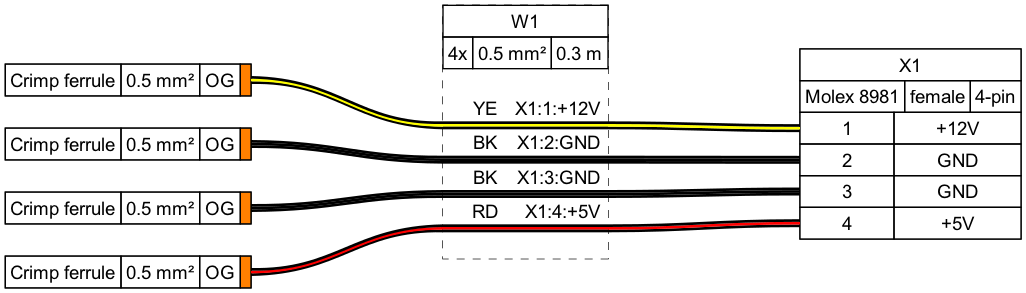
Earlier version of the Graphviz export tutorial/tutorial05.png (tobiasfalk/WireViz). Its source is kept beside it as tutorial/tutorial05.gv.
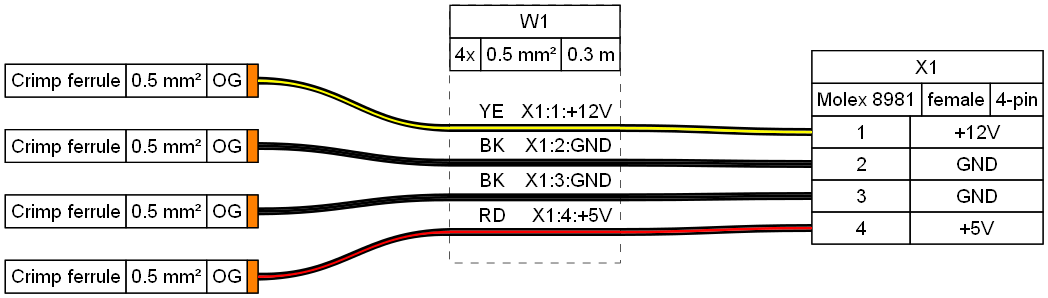
The same file after the commit.

Diff of the diagram source:
```diff
@@ -149,19 +149,7 @@
      <td align="right">X1:1:+12V </td>
     </tr>
     <tr>
-     <td border="0" cellspacing="0" cellpadding="0" colspan="6" height="6" port="w1">
-      <table border="0" cellborder="0" cellspacing="0">
-       <tr>
-        <td bgcolor="#000000" border="0" cellpadding="0" colspan="6" height="2"></td>
-       </tr>
-       <tr>
-        <td bgcolor="#FFFF00" border="0" cellpadding="0" colspan="6" height="2"></td>
-       </tr>
-       <tr>
-        <td bgcolor="#000000" border="0" cellpadding="0" colspan="6" height="2"></td>
-       </tr>
-      </table>
-     </td>
+     <td border="0" cellspacing="0" cellpadding="0" colspan="6" height="6" port="w1"></td>
     </tr>
     <tr>
      <td align="left"> </td>
@@ -172,19 +160,7 @@
      <td align="right">X1:2:GND </td>
     </tr>
     <tr>
-     <td border="0" cellspacing="0" cellpadding="0" colspan="6" height="6" port="w2">
-      <table border="0" cellborder="0" cellspacing="0">
-       <tr>
-        <td bgcolor="#000000" border="0" cellpadding="0" colspan="6" height="2"></td>
-       </tr>
-       <tr>
-        <td bgcolor="#000000" border="0" cellpadding="0" colspan="6" height="2"></td>
-       </tr>
-       <tr>
-        <td bgcolor="#000000" border="0" cellpadding="0" colspan="6" height="2"></td>
-       </tr>
-      </table>
-     </td>
+     <td border="0" cellspacing="0" cellpadding="0" colspan="6" height="6" port="w2"></td>
     </tr>
     <tr>
      <td align="left"> </td>
@@ -195,19 +171,7 @@
      <td align="right">X1:3:GND </td>
     </tr>
     <tr>
-     <td border="0" cellspacing="0" cellpadding="0" colspan="6" height="6" port="w3">
-      <table border="0" cellborder="0" cellspacing="0">
-       <tr>
-        <td bgcolor="#000000" border="0" cellpadding="0" colspan="6" height="2"></td>
-       </tr>
-       <tr>
-        <td bgcolor="#000000" border="0" cellpadding="0" colspan="6" height="2"></td>
-       </tr>
-       <tr>
-        <td bgcolor="#000000" border="0" cellpadding="0" colspan="6" height="2"></td>
-       </tr>
-      </table>
-     </td>
+     <td border="0" cellspacing="0" cellpadding="0" colspan="6" height="6" port="w3"></td>
     </tr>
     <tr>
      <td align="left"> </td>
@@ -218,19 +182,7 @@
      <td align="right">X1:4:+5V </td>
     </tr>
     <tr>
-     <td border="0" cellspacing="0" cellpadding="0" colspan="6" height="6" port="w4">
-      <table border="0" cellborder="0" cellspacing="0">
-       <tr>
-        <td bgcolor="#000000" border="0" cellpadding="0" colspan="6" height="2"></td>
-       </tr>
-       <tr>
-        <td bgcolor="#FF0000" border="0" cellpadding="0" colspan="6" height="2"></td>
-       </tr>
-       <tr>
-        <td bgcolor="#000000" border="0" cellpadding="0" colspan="6" height="2"></td>
-       </tr>
-      </table>
-     </td>
+     <td border="0" cellspacing="0" cellpadding="0" colspan="6" height="6" port="w4"></td>
     </tr>
     <tr>
      <td>&nbsp;</td>
@@ -252,4 +204,8 @@
 	edge [color="#000000:#FF0000:#000000"]
 	AUTOGENERATED_F1_4:e -- W1:w4:w
 	W1:w4:e -- X1:p4l:w
+	W1:w1:e -- W1:w1:w [color="#000000:#FFFF00:#000000" straight=straight]
+	W1:w2:e -- W1:w2:w [color="#000000:#000000:#000000" straight=straight]
+	W1:w3:e -- W1:w3:w [color="#000000:#000000:#000000" straight=straight]
+	W1:w4:e -- W1:w4:w [color="#000000:#FF0000:#000000" straight=straight]
 }
```
